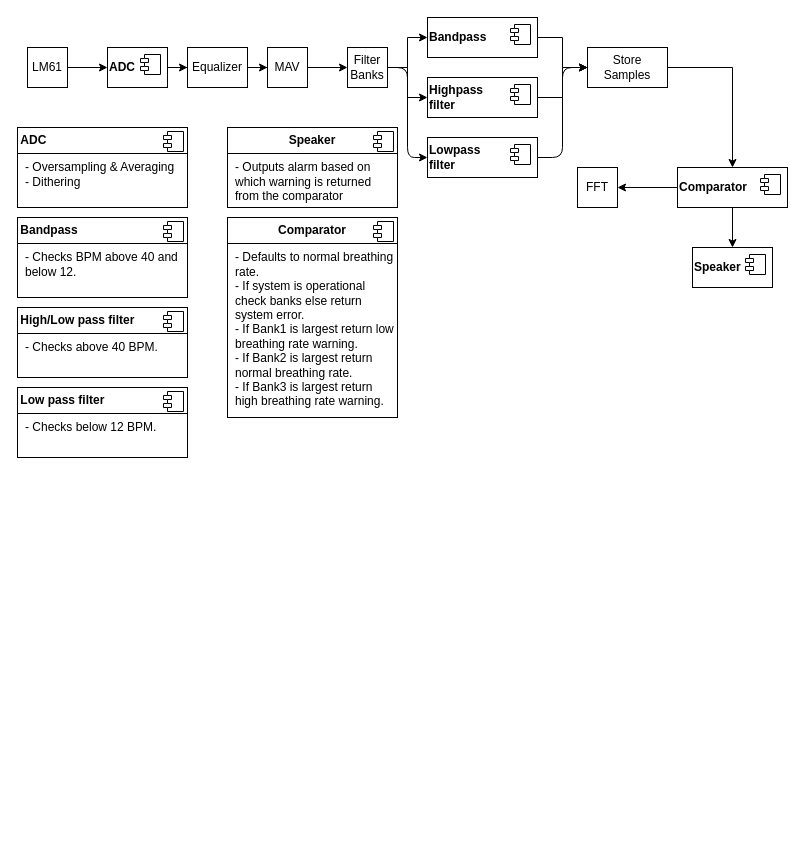
DiegoLHendrix/DSP keeps this draw.io diagram as lab10 Breathing Rate Monitor/docs/BreathRateMonitorDiagram.drawio. Above is the earlier version. Source tidied: cells renumbered, new cells numbered last; positions are measured from the earlier drawing's top-left corner, leaving out a move shared by most shapes. Both pictures are drawn from the tidied source at 100%, with x=0, y=0 at pixel (17, 17).
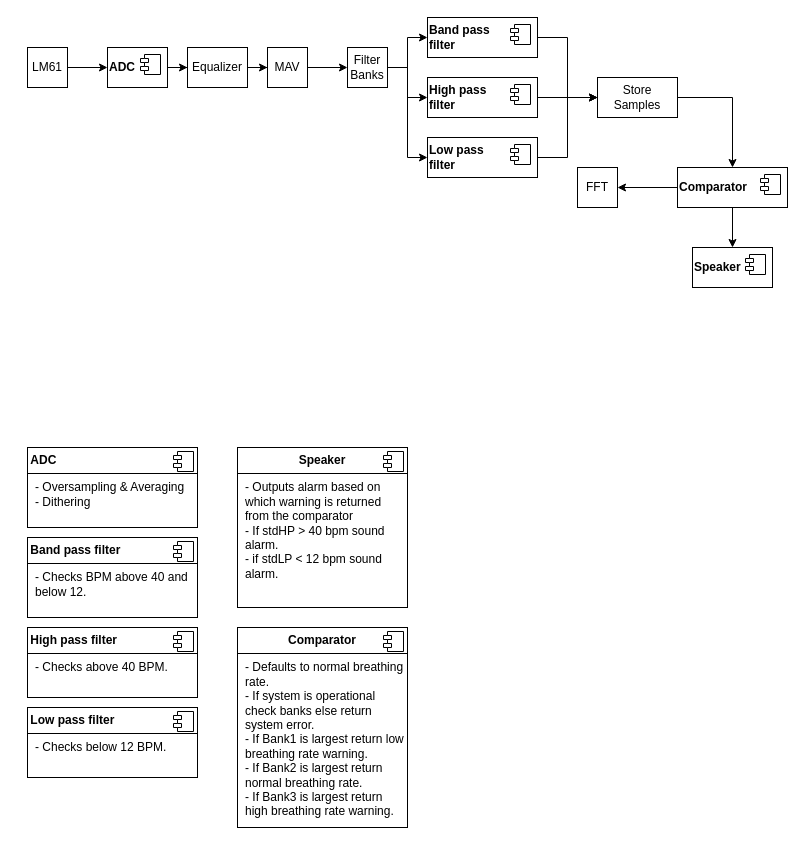
Above is the later version.

Unchanged cells that the change refers to:
```xml
<mxCell id="11" value="Filter Banks" style="html=1;whiteSpace=wrap;" parent="1" vertex="1">
  <mxGeometry x="330" y="30" width="40" height="40" as="geometry" />
</mxCell>
<mxCell id="34" value="&lt;b&gt;Comparator&lt;/b&gt;" style="html=1;whiteSpace=wrap;align=left;" parent="1" vertex="1">
  <mxGeometry x="660" y="150" width="110" height="40" as="geometry" />
</mxCell>
```

The edit, as a diff of the source:
```diff
@@
-    <mxCell id="10" style="html=1;entryX=0;entryY=0.5;entryDx=0;entryDy=0;edgeStyle=orthogonalEdgeStyle;elbow=vertical;" parent="1" edge="1" source="11" target="41">
+    <mxCell id="10" style="html=1;entryX=0;entryY=0.5;entryDx=0;entryDy=0;edgeStyle=orthogonalEdgeStyle;elbow=vertical;rounded=0;curved=0;" parent="1" edge="1" source="11" target="41">
       <mxGeometry relative="1" as="geometry" />
     </mxCell>
@@
-    <mxCell id="15" value="&lt;p style=&quot;margin: 6px 0px 0px;&quot;&gt;&lt;b&gt;&lt;font&gt;&amp;nbsp;ADC&lt;/font&gt;&lt;/b&gt;&lt;/p&gt;&lt;hr size=&quot;1&quot; style=&quot;border-style:solid;&quot;&gt;&lt;p style=&quot;margin:0px;margin-left:8px;&quot;&gt;- Oversampling &amp;amp; Averaging&lt;/p&gt;&lt;p style=&quot;margin:0px;margin-left:8px;&quot;&gt;- Dithering&lt;/p&gt;" style="align=left;overflow=fill;html=1;whiteSpace=wrap;" parent="1" vertex="1">
-      <mxGeometry y="110" width="170" height="80" as="geometry" />
+    <mxCell id="15" value="&lt;p style=&quot;margin: 6px 0px 0px;&quot;&gt;&lt;b&gt;&lt;font style=&quot;color: light-dark(rgb(0, 0, 0), rgb(255, 255, 255));&quot;&gt;&amp;nbsp;ADC&lt;/font&gt;&lt;/b&gt;&lt;/p&gt;&lt;hr size=&quot;1&quot; style=&quot;border-style:solid;&quot;&gt;&lt;p style=&quot;margin:0px;margin-left:8px;&quot;&gt;&lt;font style=&quot;color: light-dark(rgb(0, 0, 0), rgb(255, 255, 255));&quot;&gt;- Oversampling &amp;amp; Averaging&lt;/font&gt;&lt;/p&gt;&lt;p style=&quot;margin:0px;margin-left:8px;&quot;&gt;&lt;font style=&quot;color: light-dark(rgb(0, 0, 0), rgb(255, 255, 255));&quot;&gt;- Dithering&lt;/font&gt;&lt;/p&gt;" style="align=left;overflow=fill;html=1;whiteSpace=wrap;" parent="1" vertex="1">
+      <mxGeometry x="10" y="430" width="170" height="80" as="geometry" />
     </mxCell>
@@
-    <mxCell id="17" value="&lt;p style=&quot;margin: 6px 0px 0px;&quot;&gt;&lt;b&gt;&lt;font&gt;&amp;nbsp;Bandpass&lt;/font&gt;&lt;/b&gt;&lt;/p&gt;&lt;hr size=&quot;1&quot; style=&quot;border-style:solid;&quot;&gt;&lt;p style=&quot;margin:0px;margin-left:8px;&quot;&gt;- Checks BPM above 40 and below 12.&lt;/p&gt;" style="align=left;overflow=fill;html=1;whiteSpace=wrap;" parent="1" vertex="1">
-      <mxGeometry y="200" width="170" height="80" as="geometry" />
+    <mxCell id="17" value="&lt;p style=&quot;margin: 6px 0px 0px;&quot;&gt;&lt;b&gt;&lt;font style=&quot;color: light-dark(rgb(0, 0, 0), rgb(255, 255, 255));&quot;&gt;&amp;nbsp;Band pass filter&lt;/font&gt;&lt;/b&gt;&lt;/p&gt;&lt;hr size=&quot;1&quot; style=&quot;border-style:solid;&quot;&gt;&lt;p style=&quot;margin:0px;margin-left:8px;&quot;&gt;&lt;font style=&quot;color: light-dark(rgb(0, 0, 0), rgb(255, 255, 255));&quot;&gt;- Checks BPM above 40 and below 12.&lt;/font&gt;&lt;/p&gt;" style="align=left;overflow=fill;html=1;whiteSpace=wrap;" parent="1" vertex="1">
+      <mxGeometry x="10" y="520" width="170" height="80" as="geometry" />
     </mxCell>
@@
-    <mxCell id="20" value="&lt;font&gt;&lt;b&gt;High&lt;/b&gt;&lt;/font&gt;&lt;b style=&quot;background-color: transparent;&quot;&gt;pass&amp;nbsp;&lt;/b&gt;&lt;div&gt;&lt;b style=&quot;background-color: transparent;&quot;&gt;filter&lt;/b&gt;&lt;/div&gt;" style="html=1;whiteSpace=wrap;align=left;" parent="1" vertex="1">
+    <mxCell id="20" value="&lt;font&gt;&lt;b&gt;High&amp;nbsp;&lt;/b&gt;&lt;/font&gt;&lt;b style=&quot;background-color: transparent;&quot;&gt;pass&amp;nbsp;&lt;/b&gt;&lt;div&gt;&lt;b style=&quot;background-color: transparent;&quot;&gt;filter&lt;/b&gt;&lt;/div&gt;" style="html=1;whiteSpace=wrap;align=left;" parent="1" vertex="1">
       <mxGeometry x="410" y="60" width="110" height="40" as="geometry" />
     </mxCell>
@@
-    <mxCell id="23" value="&lt;b&gt;Bandpass&lt;/b&gt;" style="html=1;whiteSpace=wrap;align=left;" parent="1" vertex="1">
+    <mxCell id="23" value="&lt;b&gt;Band pass&lt;/b&gt;&lt;div&gt;&lt;b&gt;filter&lt;/b&gt;&lt;/div&gt;" style="html=1;whiteSpace=wrap;align=left;" parent="1" vertex="1">
       <mxGeometry x="410" width="110" height="40" as="geometry" />
     </mxCell>
@@
-    <mxCell id="25" value="&lt;p style=&quot;margin: 6px 0px 0px;&quot;&gt;&lt;b&gt;&amp;nbsp;High/Low pass filter&lt;/b&gt;&lt;/p&gt;&lt;hr size=&quot;1&quot; style=&quot;border-style:solid;&quot;&gt;&lt;p style=&quot;margin:0px;margin-left:8px;&quot;&gt;- Checks above 40 BPM.&lt;/p&gt;" style="align=left;overflow=fill;html=1;whiteSpace=wrap;" parent="1" vertex="1">
-      <mxGeometry y="290" width="170" height="70" as="geometry" />
+    <mxCell id="25" value="&lt;p style=&quot;margin: 6px 0px 0px;&quot;&gt;&lt;b&gt;&lt;font style=&quot;color: light-dark(rgb(0, 0, 0), rgb(255, 255, 255));&quot;&gt;&amp;nbsp;High pass filter&lt;/font&gt;&lt;/b&gt;&lt;/p&gt;&lt;hr size=&quot;1&quot; style=&quot;border-style:solid;&quot;&gt;&lt;p style=&quot;margin:0px;margin-left:8px;&quot;&gt;&lt;font style=&quot;color: light-dark(rgb(0, 0, 0), rgb(255, 255, 255));&quot;&gt;- Checks above 40 BPM.&lt;/font&gt;&lt;/p&gt;" style="align=left;overflow=fill;html=1;whiteSpace=wrap;" parent="1" vertex="1">
+      <mxGeometry x="10" y="610" width="170" height="70" as="geometry" />
     </mxCell>
@@
     <mxCell id="27" style="edgeStyle=orthogonalEdgeStyle;rounded=0;jettySize=auto;html=1;entryX=0.5;entryY=0;entryDx=0;entryDy=0;" parent="1" edge="1" source="28" target="34">
-      <mxGeometry relative="1" as="geometry" />
+      <mxGeometry relative="1" as="geometry">
+        <Array as="points">
+          <mxPoint x="715" y="80" />
+        </Array>
+      </mxGeometry>
     </mxCell>
     <mxCell id="28" value="Store Samples" style="html=1;whiteSpace=wrap;" parent="1" vertex="1">
-      <mxGeometry x="570" y="30" width="80" height="40" as="geometry" />
+      <mxGeometry x="580" y="60" width="80" height="40" as="geometry" />
     </mxCell>
@@
-    <mxCell id="30" value="&lt;p style=&quot;margin:0px;margin-top:6px;text-align:center;&quot;&gt;&lt;b&gt;&lt;font&gt;Comparator&lt;/font&gt;&lt;/b&gt;&lt;/p&gt;&lt;hr size=&quot;1&quot; style=&quot;border-style:solid;&quot;&gt;&lt;p style=&quot;margin:0px;margin-left:8px;&quot;&gt;&lt;font&gt;- Defaults to normal breathing rate.&lt;/font&gt;&lt;/p&gt;&lt;p style=&quot;margin:0px;margin-left:8px;&quot;&gt;&lt;font&gt;- If system is operational check banks else return system error.&lt;/font&gt;&lt;/p&gt;&lt;p style=&quot;margin:0px;margin-left:8px;&quot;&gt;&lt;font&gt;- If Bank1&amp;nbsp;is largest return low breathing rate warning.&lt;/font&gt;&lt;/p&gt;&lt;p style=&quot;margin:0px;margin-left:8px;&quot;&gt;&lt;font&gt;- If Bank2 is largest return normal breathing rate.&lt;/font&gt;&lt;/p&gt;&lt;p style=&quot;margin:0px;margin-left:8px;&quot;&gt;&lt;font&gt;- If&amp;nbsp;&lt;span style=&quot;background-color: transparent;&quot;&gt;Bank3 is largest return high breathing rate warning.&lt;/span&gt;&lt;/font&gt;&lt;/p&gt;" style="align=left;overflow=fill;html=1;whiteSpace=wrap;" parent="1" vertex="1">
-      <mxGeometry x="210" y="200" width="170" height="200" as="geometry" />
+    <mxCell id="30" value="&lt;p style=&quot;margin:0px;margin-top:6px;text-align:center;&quot;&gt;&lt;b&gt;&lt;font style=&quot;color: light-dark(rgb(0, 0, 0), rgb(255, 255, 255));&quot;&gt;Comparator&lt;/font&gt;&lt;/b&gt;&lt;/p&gt;&lt;hr size=&quot;1&quot; style=&quot;border-style:solid;&quot;&gt;&lt;p style=&quot;margin:0px;margin-left:8px;&quot;&gt;&lt;font style=&quot;color: light-dark(rgb(0, 0, 0), rgb(255, 255, 255));&quot;&gt;- Defaults to normal breathing rate.&lt;/font&gt;&lt;/p&gt;&lt;p style=&quot;margin:0px;margin-left:8px;&quot;&gt;&lt;font style=&quot;color: light-dark(rgb(0, 0, 0), rgb(255, 255, 255));&quot;&gt;- If system is operational check banks else return system error.&lt;/font&gt;&lt;/p&gt;&lt;p style=&quot;margin:0px;margin-left:8px;&quot;&gt;&lt;font style=&quot;color: light-dark(rgb(0, 0, 0), rgb(255, 255, 255));&quot;&gt;- If Bank1&amp;nbsp;is largest return low breathing rate warning.&lt;/font&gt;&lt;/p&gt;&lt;p style=&quot;margin:0px;margin-left:8px;&quot;&gt;&lt;font style=&quot;color: light-dark(rgb(0, 0, 0), rgb(255, 255, 255));&quot;&gt;- If Bank2 is largest return normal breathing rate.&lt;/font&gt;&lt;/p&gt;&lt;p style=&quot;margin:0px;margin-left:8px;&quot;&gt;&lt;font style=&quot;&quot;&gt;&lt;font style=&quot;color: light-dark(rgb(0, 0, 0), rgb(255, 255, 255));&quot;&gt;- If&amp;nbsp;&lt;/font&gt;&lt;span style=&quot;background-color: transparent;&quot;&gt;&lt;font style=&quot;color: light-dark(rgb(0, 0, 0), rgb(255, 255, 255));&quot;&gt;Bank3 is largest return high breathing rate warning.&lt;/font&gt;&lt;/span&gt;&lt;/font&gt;&lt;/p&gt;" style="align=left;overflow=fill;html=1;whiteSpace=wrap;" parent="1" vertex="1">
+      <mxGeometry x="220" y="610" width="170" height="200" as="geometry" />
     </mxCell>
@@
-    <mxCell id="36" value="&lt;p style=&quot;margin:0px;margin-top:6px;text-align:center;&quot;&gt;&lt;b&gt;Speaker&lt;/b&gt;&lt;/p&gt;&lt;hr size=&quot;1&quot; style=&quot;border-style:solid;&quot;&gt;&lt;p style=&quot;margin:0px;margin-left:8px;&quot;&gt;- Outputs alarm based on which warning is returned from the comparator&lt;/p&gt;" style="align=left;overflow=fill;html=1;whiteSpace=wrap;" parent="1" vertex="1">
-      <mxGeometry x="210" y="110" width="170" height="80" as="geometry" />
+    <mxCell id="36" value="&lt;p style=&quot;margin:0px;margin-top:6px;text-align:center;&quot;&gt;&lt;b&gt;&lt;font style=&quot;color: light-dark(rgb(0, 0, 0), rgb(255, 255, 255));&quot;&gt;Speaker&lt;/font&gt;&lt;/b&gt;&lt;/p&gt;&lt;hr size=&quot;1&quot; style=&quot;border-style:solid;&quot;&gt;&lt;p style=&quot;margin:0px;margin-left:8px;&quot;&gt;&lt;font style=&quot;color: light-dark(rgb(0, 0, 0), rgb(255, 255, 255));&quot;&gt;- Outputs alarm based on which warning is returned from the comparator&lt;/font&gt;&lt;/p&gt;&lt;p style=&quot;margin:0px;margin-left:8px;&quot;&gt;&lt;font style=&quot;color: light-dark(rgb(0, 0, 0), rgb(255, 255, 255));&quot;&gt;- If stdHP &amp;gt; 40 bpm sound alarm.&lt;/font&gt;&lt;/p&gt;&lt;p style=&quot;margin:0px;margin-left:8px;&quot;&gt;&lt;font style=&quot;color: light-dark(rgb(0, 0, 0), rgb(255, 255, 255));&quot;&gt;- if stdLP &amp;lt; 12 bpm sound alarm.&lt;/font&gt;&lt;/p&gt;" style="align=left;overflow=fill;html=1;whiteSpace=wrap;" parent="1" vertex="1">
+      <mxGeometry x="220" y="430" width="170" height="160" as="geometry" />
     </mxCell>
@@
-    <mxCell id="40" style="edgeStyle=orthogonalEdgeStyle;html=1;entryX=0;entryY=0.5;entryDx=0;entryDy=0;" parent="1" edge="1" source="41" target="28">
+    <mxCell id="40" style="edgeStyle=orthogonalEdgeStyle;html=1;entryX=0;entryY=0.5;entryDx=0;entryDy=0;rounded=0;curved=0;" parent="1" edge="1" source="41" target="28">
       <mxGeometry relative="1" as="geometry" />
     </mxCell>
-    <mxCell id="41" value="&lt;font&gt;&lt;b style=&quot;background-color: transparent;&quot;&gt;Low&lt;/b&gt;&lt;/font&gt;&lt;b style=&quot;background-color: transparent;&quot;&gt;pass&lt;/b&gt;&lt;div&gt;&lt;b style=&quot;background-color: transparent;&quot;&gt;filter&lt;/b&gt;&lt;/div&gt;" style="html=1;whiteSpace=wrap;align=left;" parent="1" vertex="1">
+    <mxCell id="41" value="&lt;font&gt;&lt;b style=&quot;background-color: transparent;&quot;&gt;Low&amp;nbsp;&lt;/b&gt;&lt;/font&gt;&lt;b style=&quot;background-color: transparent;&quot;&gt;pass&lt;/b&gt;&lt;div&gt;&lt;b style=&quot;background-color: transparent;&quot;&gt;filter&lt;/b&gt;&lt;/div&gt;" style="html=1;whiteSpace=wrap;align=left;" parent="1" vertex="1">
       <mxGeometry x="410" y="120" width="110" height="40" as="geometry" />
     </mxCell>
@@
-    <mxCell id="43" value="&lt;p style=&quot;margin: 6px 0px 0px;&quot;&gt;&lt;b&gt;&amp;nbsp;Low pass filter&lt;/b&gt;&lt;/p&gt;&lt;hr size=&quot;1&quot; style=&quot;border-style:solid;&quot;&gt;&lt;p style=&quot;margin:0px;margin-left:8px;&quot;&gt;- Checks below 12 BPM.&lt;/p&gt;" style="align=left;overflow=fill;html=1;whiteSpace=wrap;" parent="1" vertex="1">
-      <mxGeometry y="370" width="170" height="70" as="geometry" />
+    <mxCell id="43" value="&lt;p style=&quot;margin: 6px 0px 0px;&quot;&gt;&lt;b&gt;&lt;font style=&quot;color: light-dark(rgb(0, 0, 0), rgb(255, 255, 255));&quot;&gt;&amp;nbsp;Low pass filter&lt;/font&gt;&lt;/b&gt;&lt;/p&gt;&lt;hr size=&quot;1&quot; style=&quot;border-style:solid;&quot;&gt;&lt;p style=&quot;margin:0px;margin-left:8px;&quot;&gt;&lt;font style=&quot;color: light-dark(rgb(0, 0, 0), rgb(255, 255, 255));&quot;&gt;- Checks below 12 BPM.&lt;/font&gt;&lt;/p&gt;" style="align=left;overflow=fill;html=1;whiteSpace=wrap;" parent="1" vertex="1">
+      <mxGeometry x="10" y="690" width="170" height="70" as="geometry" />
     </mxCell>
```
